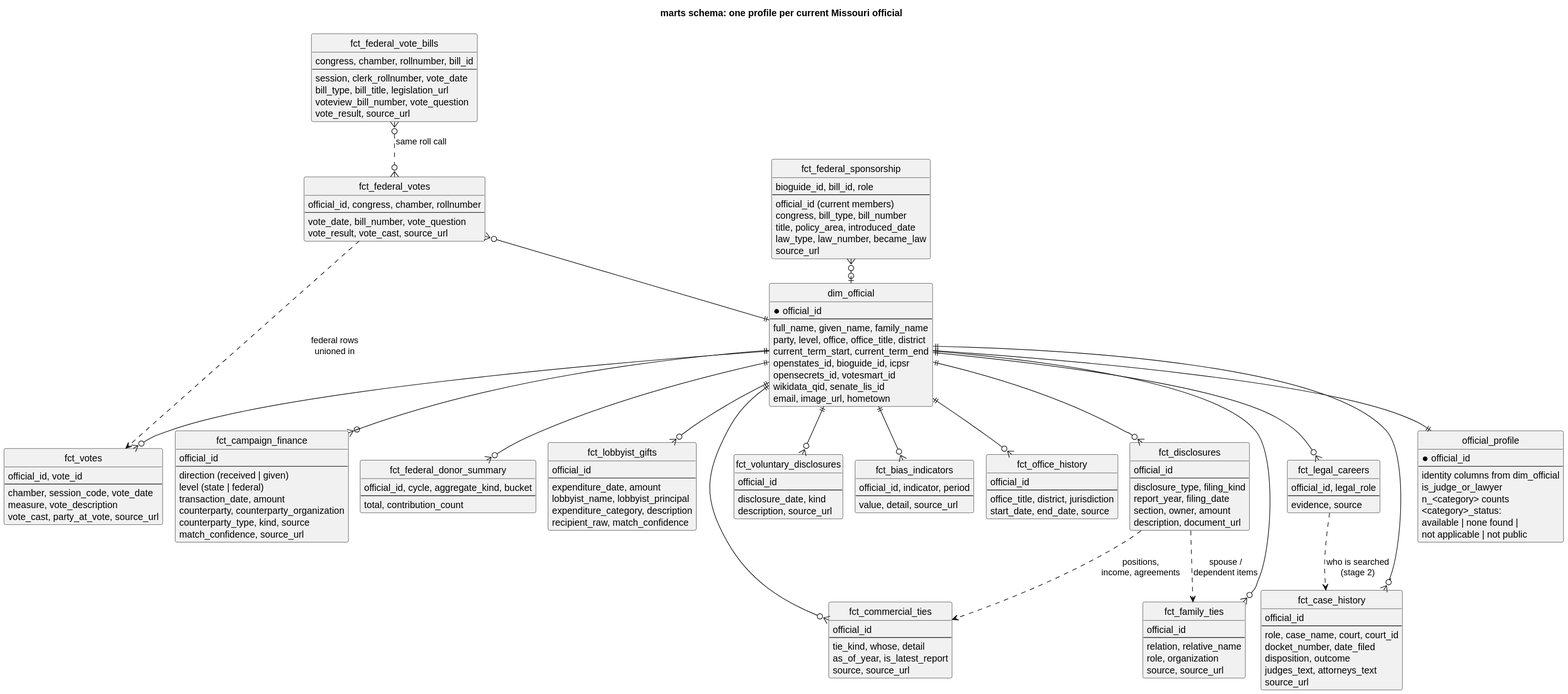
akettmann/missouri_gov_feed keeps this PlantUML diagram as docs/diagrams/data_model.svg. Above is the earlier version. Its source is kept beside it as docs/diagrams/data_model.puml.
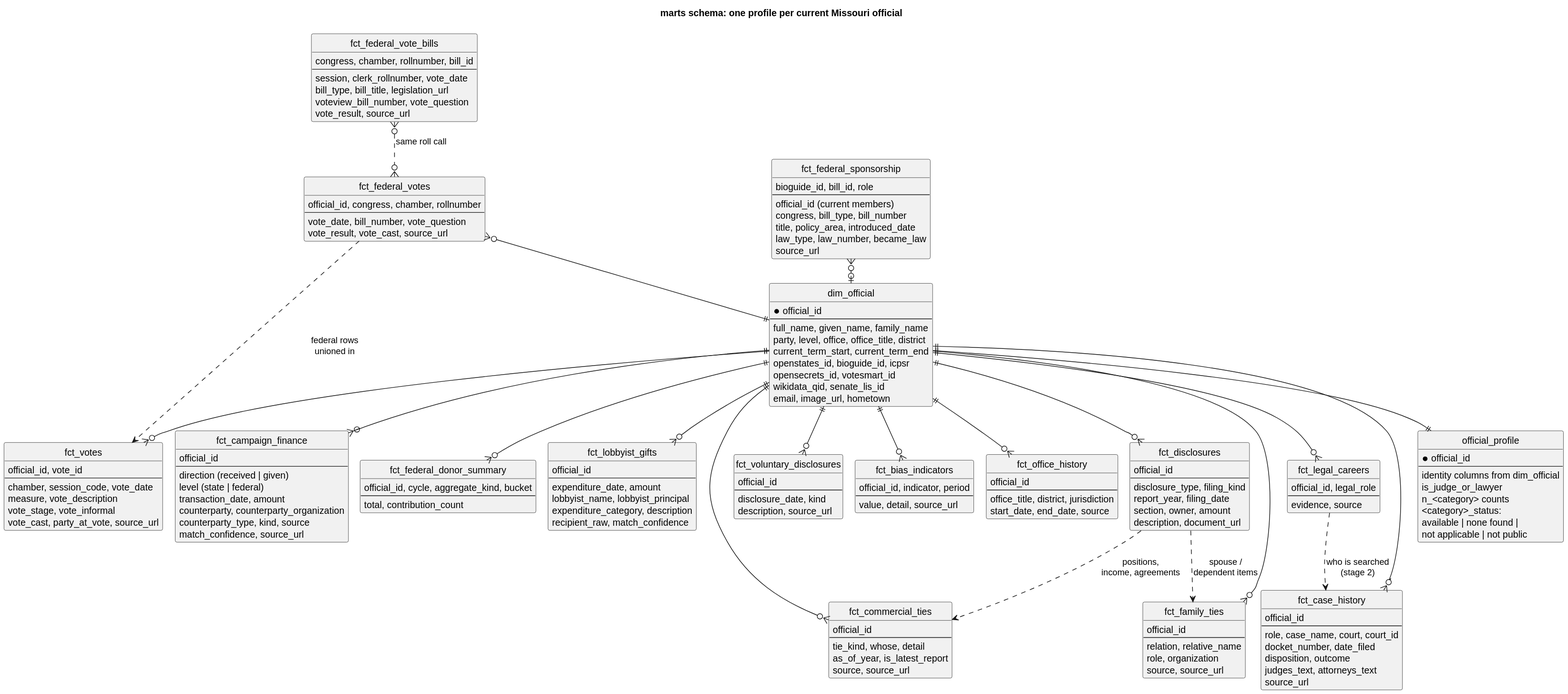
The same diagram one commit later.

Change to the diagram source:
```diff
@@ -31,6 +31,7 @@
   --
   chamber, session_code, vote_date
   measure, vote_description
+  vote_stage, vote_informal
   vote_cast, party_at_vote, source_url
 }
 
```
